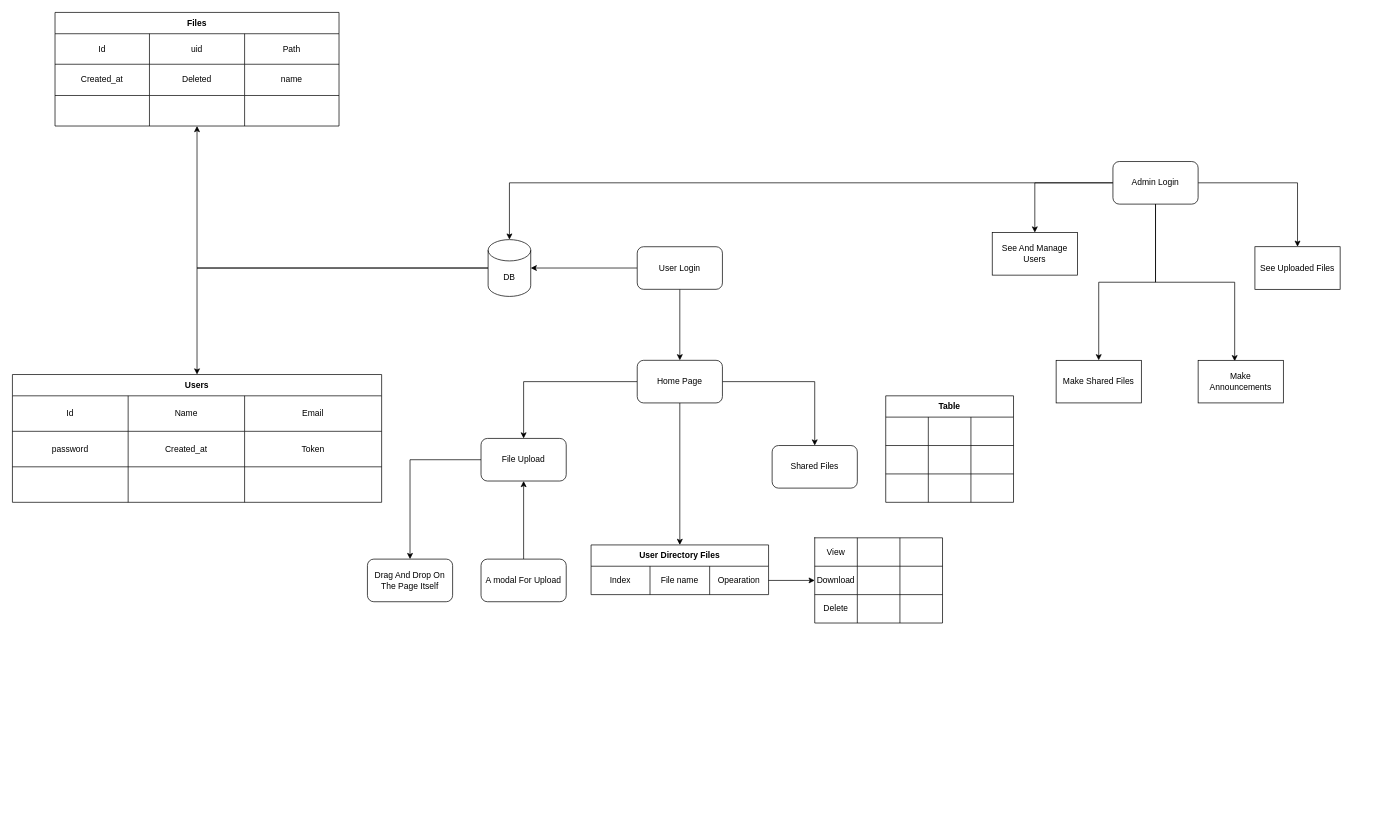
This is Untitled Diagram.drawio from KareemEl-Giushy/Diagrams, a draw.io file, before an edit. Source tidied: cells renumbered, new cells numbered last; positions are measured from the earlier drawing's top-left corner, leaving out a move shared by most shapes. Both pictures are drawn from the tidied source at 71%, with x=0, y=0 at pixel (12, 12).
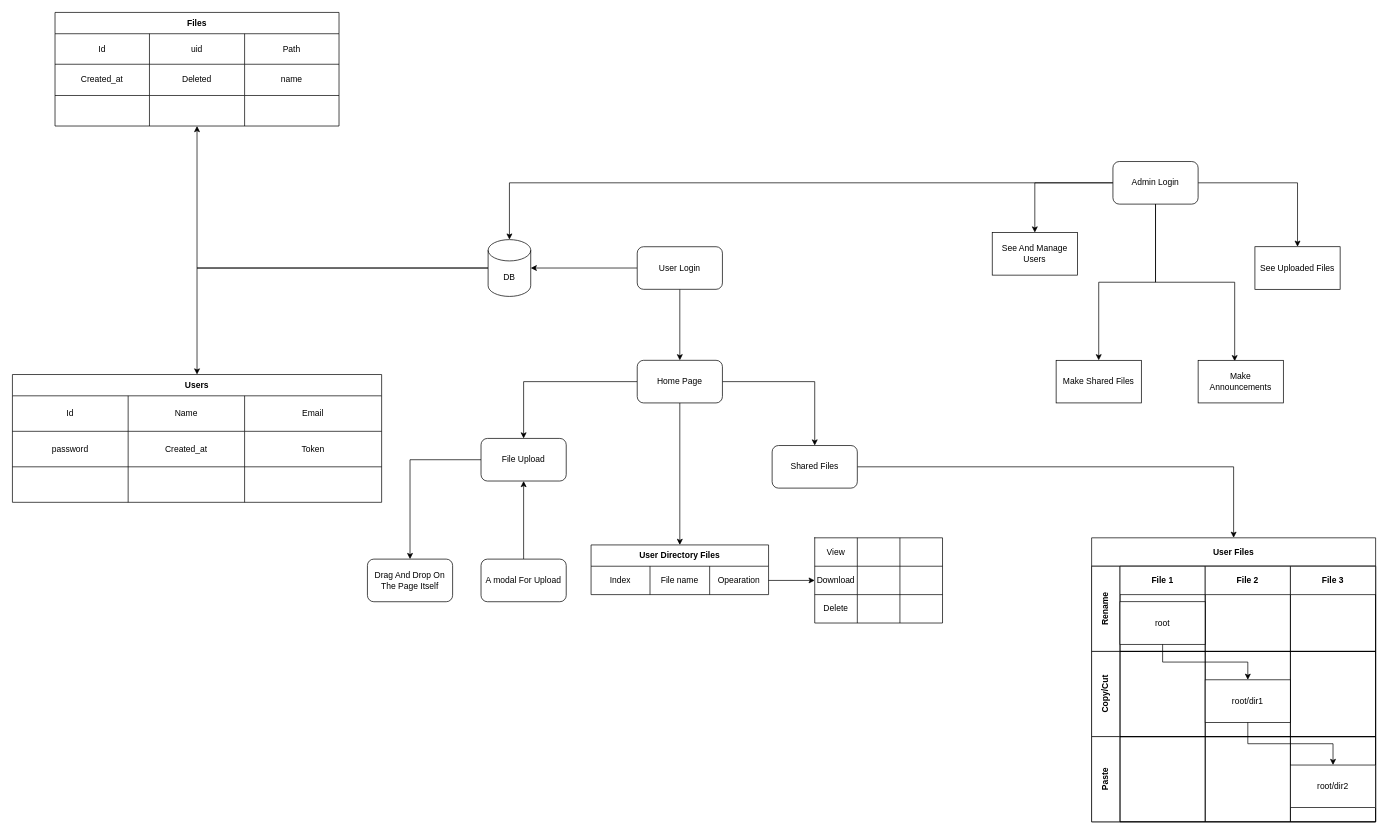
After the change.

Unchanged cells that the change refers to:
```xml
<mxCell id="14" value="Shared Files" style="rounded=1;whiteSpace=wrap;html=1;" parent="1" vertex="1">
  <mxGeometry x="1070" y="610" width="120" height="60" as="geometry" />
</mxCell>
```

What changed in the source:
```diff
@@
+    <mxCell id="86" style="edgeStyle=orthogonalEdgeStyle;rounded=0;jettySize=auto;html=1;entryX=0.5;entryY=0;entryDx=0;entryDy=0;" parent="1" edge="1" source="14" target="87">
+      <mxGeometry relative="1" as="geometry" />
+    </mxCell>
@@
-    <mxCell id="73" value="Table" style="shape=table;html=1;whiteSpace=wrap;startSize=30;childLayout=tableLayout;fontStyle=1;align=center;" parent="1" vertex="1">
-      <mxGeometry x="1230" y="540" width="180" height="150" as="geometry" />
-    </mxCell>
-    <mxCell id="74" style="shape=partialRectangle;html=1;whiteSpace=wrap;fillColor=none;top=0;left=0;bottom=0;right=0;" parent="73" vertex="1">
-      <mxGeometry y="30" width="180" height="40" as="geometry" />
-    </mxCell>
-    <mxCell id="75" style="shape=partialRectangle;html=1;whiteSpace=wrap;fillColor=none;top=0;left=0;bottom=0;right=0;overflow=hidden;" parent="74" vertex="1">
-      <mxGeometry width="60" height="40" as="geometry" />
-    </mxCell>
-    <mxCell id="76" style="shape=partialRectangle;html=1;whiteSpace=wrap;fillColor=none;top=0;left=0;bottom=0;right=0;overflow=hidden;" parent="74" vertex="1">
-      <mxGeometry x="60" width="60" height="40" as="geometry" />
-    </mxCell>
-    <mxCell id="77" style="shape=partialRectangle;html=1;whiteSpace=wrap;fillColor=none;top=0;left=0;bottom=0;right=0;overflow=hidden;" parent="74" vertex="1">
-      <mxGeometry x="120" width="60" height="40" as="geometry" />
-    </mxCell>
-    <mxCell id="78" style="shape=partialRectangle;html=1;whiteSpace=wrap;fillColor=none;top=0;left=0;bottom=0;right=0;" parent="73" vertex="1">
-      <mxGeometry y="70" width="180" height="40" as="geometry" />
-    </mxCell>
-    <mxCell id="79" style="shape=partialRectangle;html=1;whiteSpace=wrap;fillColor=none;top=0;left=0;bottom=0;right=0;overflow=hidden;" parent="78" vertex="1">
-      <mxGeometry width="60" height="40" as="geometry" />
-    </mxCell>
-    <mxCell id="80" style="shape=partialRectangle;html=1;whiteSpace=wrap;fillColor=none;top=0;left=0;bottom=0;right=0;overflow=hidden;" parent="78" vertex="1">
-      <mxGeometry x="60" width="60" height="40" as="geometry" />
-    </mxCell>
-    <mxCell id="81" style="shape=partialRectangle;html=1;whiteSpace=wrap;fillColor=none;top=0;left=0;bottom=0;right=0;overflow=hidden;" parent="78" vertex="1">
-      <mxGeometry x="120" width="60" height="40" as="geometry" />
-    </mxCell>
-    <mxCell id="82" style="shape=partialRectangle;html=1;whiteSpace=wrap;fillColor=none;top=0;left=0;bottom=0;right=0;" parent="73" vertex="1">
-      <mxGeometry y="110" width="180" height="40" as="geometry" />
-    </mxCell>
-    <mxCell id="83" style="shape=partialRectangle;html=1;whiteSpace=wrap;fillColor=none;top=0;left=0;bottom=0;right=0;overflow=hidden;" parent="82" vertex="1">
-      <mxGeometry width="60" height="40" as="geometry" />
-    </mxCell>
-    <mxCell id="84" style="shape=partialRectangle;html=1;whiteSpace=wrap;fillColor=none;top=0;left=0;bottom=0;right=0;overflow=hidden;" parent="82" vertex="1">
-      <mxGeometry x="60" width="60" height="40" as="geometry" />
-    </mxCell>
-    <mxCell id="85" style="shape=partialRectangle;html=1;whiteSpace=wrap;fillColor=none;top=0;left=0;bottom=0;right=0;overflow=hidden;" parent="82" vertex="1">
-      <mxGeometry x="120" width="60" height="40" as="geometry" />
-    </mxCell>
+    <mxCell id="87" value="User Files" style="shape=table;childLayout=tableLayout;rowLines=0;columnLines=0;startSize=40;html=1;whiteSpace=wrap;fontStyle=1;align=center;" parent="1" vertex="1">
+      <mxGeometry x="1520" y="740" width="400" height="400" as="geometry" />
+    </mxCell>
+    <mxCell id="88" value="Rename" style="swimlane;horizontal=0;startSize=40;html=1;whiteSpace=wrap;fontStyle=1;" parent="87" vertex="1">
+      <mxGeometry y="40" width="400" height="120" as="geometry" />
+    </mxCell>
+    <mxCell id="89" value="File 1" style="swimlane;startSize=40;html=1;whiteSpace=wrap;" parent="88" vertex="1">
+      <mxGeometry x="40" width="120" height="120" as="geometry" />
+    </mxCell>
+    <mxCell id="90" value="root" style="whiteSpace=wrap;html=1;" parent="89" vertex="1">
+      <mxGeometry y="50" width="120" height="60" as="geometry" />
+    </mxCell>
+    <mxCell id="91" value="File 2" style="swimlane;startSize=40;html=1;whiteSpace=wrap;" parent="88" vertex="1">
+      <mxGeometry x="160" width="120" height="120" as="geometry" />
+    </mxCell>
+    <mxCell id="92" value="File 3" style="swimlane;startSize=40;html=1;whiteSpace=wrap;" parent="88" vertex="1">
+      <mxGeometry x="280" width="120" height="120" as="geometry" />
+    </mxCell>
+    <mxCell id="93" value="Copy/Cut" style="swimlane;horizontal=0;startSize=40;html=1;whiteSpace=wrap;" parent="87" vertex="1">
+      <mxGeometry y="160" width="400" height="120" as="geometry" />
+    </mxCell>
+    <mxCell id="94" style="swimlane;startSize=0;html=1;whiteSpace=wrap;" parent="93" vertex="1">
+      <mxGeometry x="40" width="120" height="120" as="geometry" />
+    </mxCell>
+    <mxCell id="95" style="swimlane;startSize=0;html=1;whiteSpace=wrap;" parent="93" vertex="1">
+      <mxGeometry x="160" width="120" height="120" as="geometry" />
+    </mxCell>
+    <mxCell id="96" value="root/dir1" style="whiteSpace=wrap;html=1;" parent="95" vertex="1">
+      <mxGeometry y="40" width="120" height="60" as="geometry" />
+    </mxCell>
+    <mxCell id="97" style="swimlane;startSize=0;html=1;whiteSpace=wrap;" parent="93" vertex="1">
+      <mxGeometry x="280" width="120" height="120" as="geometry" />
+    </mxCell>
+    <mxCell id="98" value="Paste" style="swimlane;horizontal=0;startSize=40;html=1;whiteSpace=wrap;" parent="87" vertex="1">
+      <mxGeometry y="280" width="400" height="120" as="geometry" />
+    </mxCell>
+    <mxCell id="99" style="swimlane;startSize=0;html=1;whiteSpace=wrap;" parent="98" vertex="1">
+      <mxGeometry x="40" width="120" height="120" as="geometry" />
+    </mxCell>
+    <mxCell id="100" style="swimlane;startSize=0;html=1;whiteSpace=wrap;" parent="98" vertex="1">
+      <mxGeometry x="160" width="120" height="120" as="geometry" />
+    </mxCell>
+    <mxCell id="101" style="swimlane;startSize=0;html=1;whiteSpace=wrap;" parent="98" vertex="1">
+      <mxGeometry x="280" width="120" height="120" as="geometry" />
+    </mxCell>
+    <mxCell id="102" value="root/dir2" style="whiteSpace=wrap;html=1;" parent="101" vertex="1">
+      <mxGeometry y="40" width="120" height="60" as="geometry" />
+    </mxCell>
+    <mxCell id="103" style="edgeStyle=orthogonalEdgeStyle;rounded=0;jettySize=auto;html=1;" parent="87" edge="1" source="90" target="96">
+      <mxGeometry relative="1" as="geometry" />
+    </mxCell>
+    <mxCell id="104" style="edgeStyle=orthogonalEdgeStyle;rounded=0;jettySize=auto;html=1;" parent="87" edge="1" source="96" target="102">
+      <mxGeometry relative="1" as="geometry" />
+    </mxCell>
```
